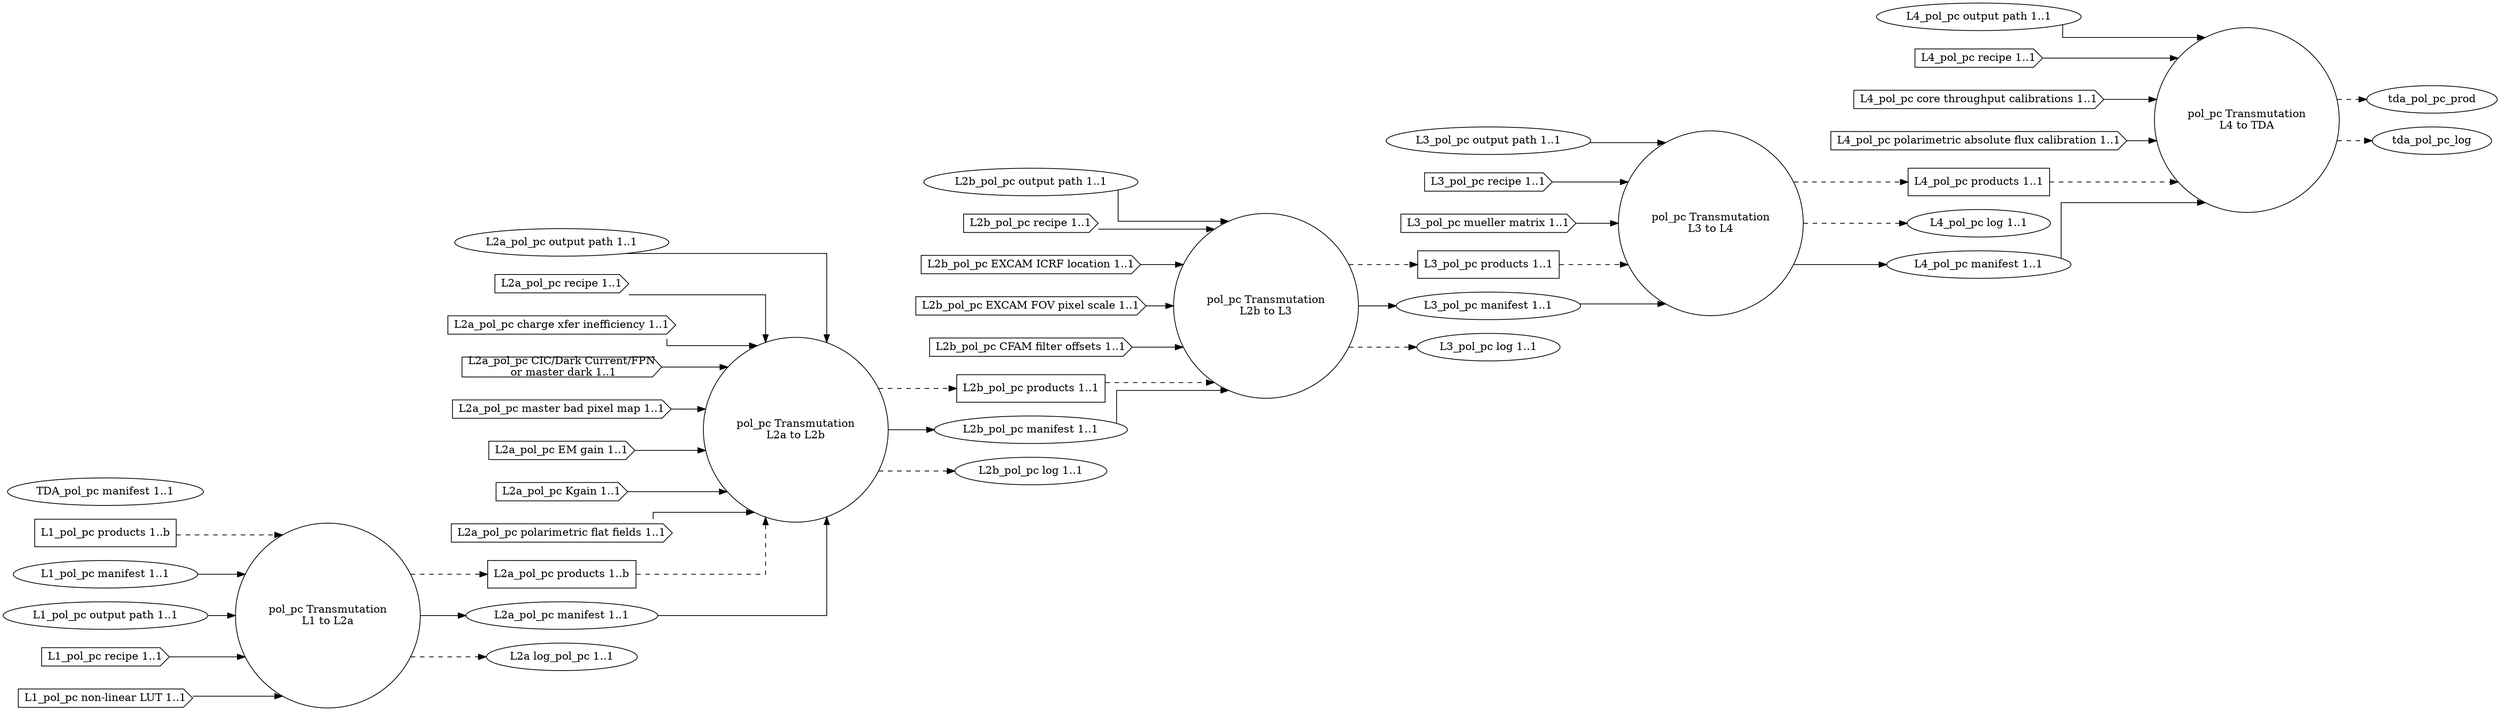
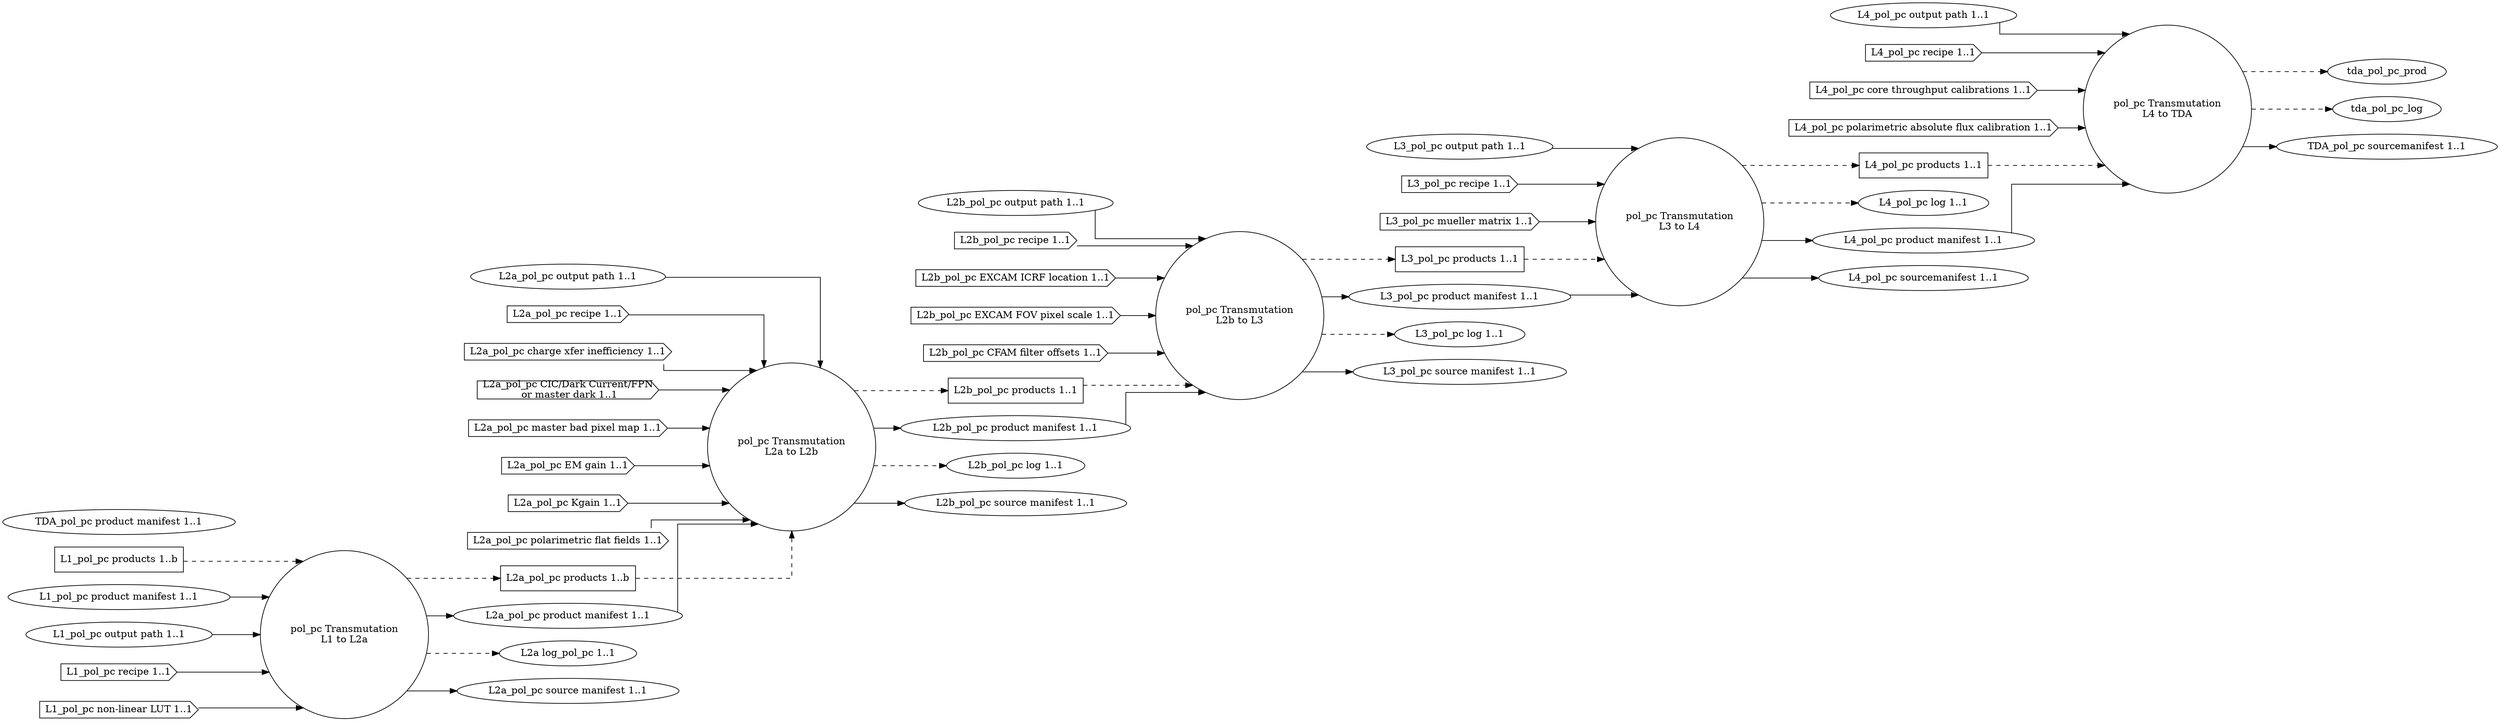
digraph PolarimetryPhotonCount {
graph [splines="ortho", rankdir=LR];
trans_pol_pc_l1_l2a [label="pol_pc Transmutation\nL1 to L2a", shape="circle", runname="l1.transmutation_pol_pc", runtype="dawgie.Algorithm", fsmtype="dip.base.Runner"];
trans_pol_pc_l2a_l2b [label="pol_pc Transmutation\nL2a to L2b", shape="circle", runname="l2a.transmutation_pol_pc", runtype="dawgie.Algorithm", fsmtype="dip.base.Runner"];
trans_pol_pc_l2b_l3 [label="pol_pc Transmutation\nL2b to L3", shape="circle", runname="l2b.transmutation_pol_pc", runtype="dawgie.Algorithm", fsmtype="dip.base.Runner"];
trans_pol_pc_l3_l4 [label="pol_pc Transmutation\nL3 to L4", shape="circle", runname="l3.transmutation_pol_pc", runtype="dawgie.Algorithm", fsmtype="dip.base.Runner"];
trans_pol_pc_l4_tda [label="pol_pc Transmutation\nL4 to TDA", shape="circle", runname="l4.transmutation_pol_pc", runtype="dawgie.Algorithm", fsmtype="dip.base.Runner"];
l1_pol_pc_prod [label="L1_pol_pc products 1..b", shape="rectangle"];
- l1_pol_pc_man [label="L1_pol_pc manifest 1..1", shape="ellipse"];
+ l1_pol_pc_man [label="L1_pol_pc product manifest 1..1", shape="ellipse"];
l1_pol_pc_odir [label="L1_pol_pc output path 1..1", shape="ellipse"];
l1_pol_pc_rec [label="L1_pol_pc recipe 1..1", shape="cds"];
l1_pol_pc_nllut [label="L1_pol_pc non-linear LUT 1..1", shape="cds"];
l2a_pol_pc_prod [label="L2a_pol_pc products 1..b", shape="rectangle"];
- l2a_pol_pc_man [label="L2a_pol_pc manifest 1..1", shape="ellipse", valname="l1.transmutation_pol_pc.product.manifest", valtype="dip.base.Manifest"];
+ l2a_pol_pc_man [label="L2a_pol_pc product manifest 1..1", shape="ellipse", valname="l1.transmutation_pol_pc.product.manifest", valtype="dip.base.Manifest"];
l2a_pol_pc_odir [label="L2a_pol_pc output path 1..1", shape="ellipse"];
l2a_pol_pc_rec [label="L2a_pol_pc recipe 1..1", shape="cds"];
l2a_pol_pc_cti [label="L2a_pol_pc charge xfer inefficiency 1..1", shape="cds"];
l2a_pol_pc_dnb [label="L2a_pol_pc CIC/Dark Current/FPN\n or master dark 1..1", shape="cds"];
l2a_pol_pc_mbpm [label="L2a_pol_pc master bad pixel map 1..1", shape="cds"];
l2a_pol_pc_emg [label="L2a_pol_pc EM gain 1..1", shape="cds"];
l2a_pol_pc_kgain [label="L2a_pol_pc Kgain 1..1", shape="cds"];
l2a_pol_pc_polff [label="L2a_pol_pc polarimetric flat fields 1..1", shape="cds"];
l2a_pol_pc_log [label="L2a log_pol_pc 1..1", shape="ellipse"];
l2b_pol_pc_prod [label="L2b_pol_pc products 1..1", shape="rectangle"];
- l2b_pol_pc_man [label="L2b_pol_pc manifest 1..1", shape="ellipse", valname="l2a.transmutation_pol_pc.product.manifest", valtype="dip.base.Manifest"];
+ l2b_pol_pc_man [label="L2b_pol_pc product manifest 1..1", shape="ellipse", valname="l2a.transmutation_pol_pc.product.manifest", valtype="dip.base.Manifest"];
l2b_pol_pc_odir [label="L2b_pol_pc output path 1..1", shape="ellipse"];
l2b_pol_pc_rec [label="L2b_pol_pc recipe 1..1", shape="cds"];
l2b_pol_pc_excicrf [label="L2b_pol_pc EXCAM ICRF location 1..1", shape="cds"];
l2b_pol_pc_excfovps [label="L2b_pol_pc EXCAM FOV pixel scale 1..1", shape="cds"];
l2b_pol_pc_cfamfo [label="L2b_pol_pc CFAM filter offsets 1..1", shape="cds"];
l2b_pol_pc_log [label="L2b_pol_pc log 1..1", shape="ellipse"];
l3_pol_pc_prod [label="L3_pol_pc products 1..1", shape="rectangle"];
l3_pol_pc_odir [label="L3_pol_pc output path 1..1", shape="ellipse"];
- l3_pol_pc_man [label="L3_pol_pc manifest 1..1", shape="ellipse", valname="l2b.transmutation_pol_pc.product.manifest", valtype="dip.base.Manifest"];
+ l3_pol_pc_man [label="L3_pol_pc product manifest 1..1", shape="ellipse", valname="l2b.transmutation_pol_pc.product.manifest", valtype="dip.base.Manifest"];
l3_pol_pc_rec [label="L3_pol_pc recipe 1..1", shape="cds"];
l3_pol_pc_mueller [label="L3_pol_pc mueller matrix 1..1", shape="cds"];
l3_pol_pc_log [label="L3_pol_pc log 1..1", shape="ellipse"];
l4_pol_pc_prod [label="L4_pol_pc products 1..1", shape="rectangle"];
l4_pol_pc_log [label="L4_pol_pc log 1..1", shape="ellipse"];
- l4_pol_pc_man [label="L4_pol_pc manifest 1..1", shape="ellipse", valname="l3.transmutation_pol_pc.product.manifest", valtype="dip.base.Manifest"];
+ l4_pol_pc_man [label="L4_pol_pc product manifest 1..1", shape="ellipse", valname="l3.transmutation_pol_pc.product.manifest", valtype="dip.base.Manifest"];
l4_pol_pc_odir [label="L4_pol_pc output path 1..1", shape="ellipse"];
l4_pol_pc_rec [label="L4_pol_pc recipe 1..1", shape="cds"];
l4_pol_pc_ctcal [label="L4_pol_pc core throughput calibrations 1..1", shape="cds"];
l4_pol_pc_afcal [label="L4_pol_pc polarimetric absolute flux calibration 1..1", shape="cds"];
- tda_pol_pc_man [label="TDA_pol_pc manifest 1..1", shape="ellipse", valname="l4.transmutation_pol_pc.product.manifest", valtype="dip.base.Manifest"];
+ tda_pol_pc_man [label="TDA_pol_pc product manifest 1..1", shape="ellipse", valname="l4.transmutation_pol_pc.product.manifest", valtype="dip.base.Manifest"];
l1_pol_pc_prod -> trans_pol_pc_l1_l2a [style="dashed"];
l1_pol_pc_man -> trans_pol_pc_l1_l2a;
l1_pol_pc_odir -> trans_pol_pc_l1_l2a;
l1_pol_pc_rec -> trans_pol_pc_l1_l2a;
l1_pol_pc_nllut -> trans_pol_pc_l1_l2a;
trans_pol_pc_l1_l2a -> l2a_pol_pc_prod [style="dashed"];
trans_pol_pc_l1_l2a -> l2a_pol_pc_man;
trans_pol_pc_l1_l2a -> l2a_pol_pc_log [style="dashed"];
l2a_pol_pc_prod -> trans_pol_pc_l2a_l2b [style="dashed"];
l2a_pol_pc_odir -> trans_pol_pc_l2a_l2b;
l2a_pol_pc_rec -> trans_pol_pc_l2a_l2b;
l2a_pol_pc_cti -> trans_pol_pc_l2a_l2b;
l2a_pol_pc_dnb -> trans_pol_pc_l2a_l2b;
l2a_pol_pc_mbpm -> trans_pol_pc_l2a_l2b;
l2a_pol_pc_emg -> trans_pol_pc_l2a_l2b;
l2a_pol_pc_kgain -> trans_pol_pc_l2a_l2b;
l2a_pol_pc_polff -> trans_pol_pc_l2a_l2b;
trans_pol_pc_l2a_l2b -> l2b_pol_pc_prod [style="dashed"];
trans_pol_pc_l2a_l2b -> l2b_pol_pc_man;
trans_pol_pc_l2a_l2b -> l2b_pol_pc_log [style="dashed"];
l2a_pol_pc_man -> trans_pol_pc_l2a_l2b;
l2b_pol_pc_prod -> trans_pol_pc_l2b_l3 [style="dashed"];
l2b_pol_pc_man -> trans_pol_pc_l2b_l3;
l2b_pol_pc_odir -> trans_pol_pc_l2b_l3;
l2b_pol_pc_rec -> trans_pol_pc_l2b_l3;
l2b_pol_pc_excicrf -> trans_pol_pc_l2b_l3;
l2b_pol_pc_excfovps -> trans_pol_pc_l2b_l3;
l2b_pol_pc_cfamfo -> trans_pol_pc_l2b_l3;
trans_pol_pc_l2b_l3 -> l3_pol_pc_prod [style="dashed"];
trans_pol_pc_l2b_l3 -> l3_pol_pc_man;
trans_pol_pc_l2b_l3 -> l3_pol_pc_log [style="dashed"];
l3_pol_pc_prod -> trans_pol_pc_l3_l4 [style="dashed"];
l3_pol_pc_man -> trans_pol_pc_l3_l4;
l3_pol_pc_odir -> trans_pol_pc_l3_l4;
l3_pol_pc_rec -> trans_pol_pc_l3_l4;
l3_pol_pc_mueller -> trans_pol_pc_l3_l4;
trans_pol_pc_l3_l4 -> l4_pol_pc_prod [style="dashed"];
trans_pol_pc_l3_l4 -> l4_pol_pc_log [style="dashed"];
trans_pol_pc_l3_l4 -> l4_pol_pc_man;
l4_pol_pc_prod -> trans_pol_pc_l4_tda [style="dashed"];
l4_pol_pc_man -> trans_pol_pc_l4_tda;
l4_pol_pc_odir -> trans_pol_pc_l4_tda;
l4_pol_pc_rec -> trans_pol_pc_l4_tda;
l4_pol_pc_ctcal -> trans_pol_pc_l4_tda;
l4_pol_pc_afcal -> trans_pol_pc_l4_tda;
trans_pol_pc_l4_tda -> tda_pol_pc_prod [style="dashed"];
trans_pol_pc_l4_tda -> tda_pol_pc_log [style="dashed"];
+ 
+ l2a_pol_pc_src [label="L2a_pol_pc source manifest 1..1", shape="ellipse", valname="l1.transmutation_pol_pc.source.manifest", valtype="dip.base.Manifest"];
+ l2b_pol_pc_src [label="L2b_pol_pc source manifest 1..1", shape="ellipse", valname="l2a.transmutation_pol_pc.source.manifest", valtype="dip.base.Manifest"];
+ l3_pol_pc_src [label="L3_pol_pc source manifest 1..1", shape="ellipse", valname="l2b.transmutation_pol_pc.source.manifest", valtype="dip.base.Manifest"];
+ l4_pol_pc_src [label="L4_pol_pc sourcemanifest 1..1", shape="ellipse", valname="l3.transmutation_pol_pc.source.manifest", valtype="dip.base.Manifest"];
+ tda_pol_pc_src [label="TDA_pol_pc sourcemanifest 1..1", shape="ellipse", valname="l4.transmutation_pol_pc.source.manifest", valtype="dip.base.Manifest"];
+ trans_pol_pc_l1_l2a -> l2a_pol_pc_src;
+ trans_pol_pc_l2a_l2b -> l2b_pol_pc_src;
+ trans_pol_pc_l2b_l3 -> l3_pol_pc_src;
+ trans_pol_pc_l3_l4 -> l4_pol_pc_src;
+ trans_pol_pc_l4_tda -> tda_pol_pc_src;
}
